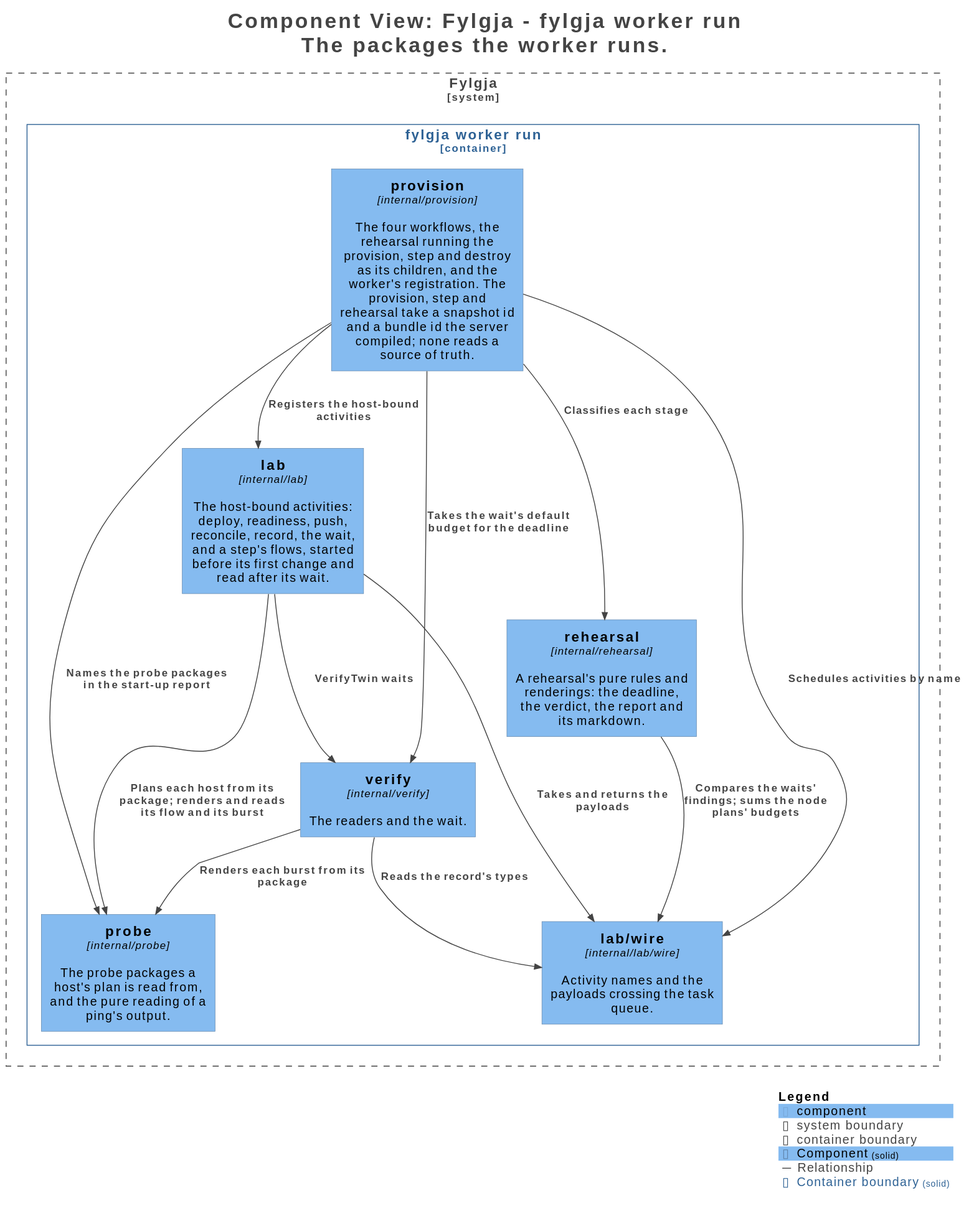
Earlier version of the PlantUML export docs/c4/structurizr-WorkerComponents.svg (happypathnetworking/fylgja).
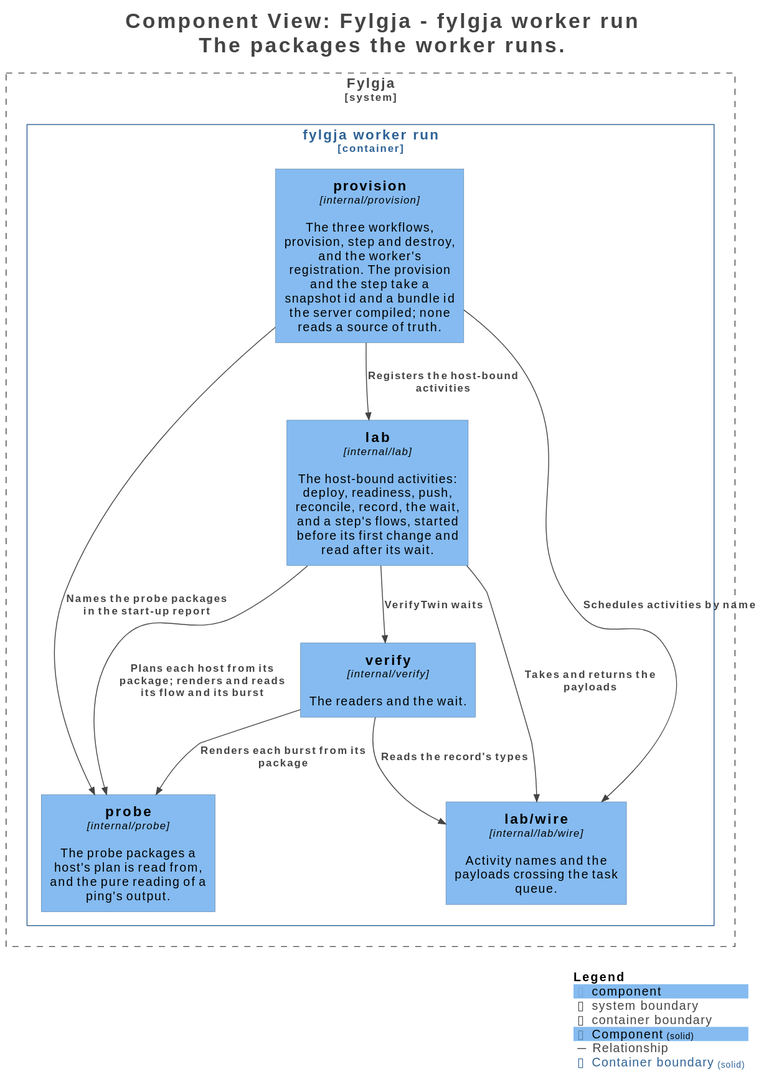
Later version of the same file.

Change to the diagram source:
```diff
@@ -23,27 +23,23 @@
 
 System_Boundary("Fylgja_boundary", "Fylgja", $tags="Software System") {
   Container_Boundary("Fylgja.fylgjaworkerrun_boundary", "fylgja worker run", $tags="Container") {
-    Component(Fylgja.fylgjaworkerrun.provision, "provision", $techn="internal/provision", $descr="The four workflows, the rehearsal running the provision, step and destroy as its children, and the worker's registration. The provision, step and rehearsal take a snapshot id and a bundle id the server compiled; none reads a source of truth.", $tags="Component", $link="")
+    Component(Fylgja.fylgjaworkerrun.provision, "provision", $techn="internal/provision", $descr="The three workflows, provision, step and destroy, and the worker's registration. The provision and the step take a snapshot id and a bundle id the server compiled; none reads a source of truth.", $tags="Component", $link="")
     Component(Fylgja.fylgjaworkerrun.lab, "lab", $techn="internal/lab", $descr="The host-bound activities: deploy, readiness, push, reconcile, record, the wait, and a step's flows, started before its first change and read after its wait.", $tags="Component", $link="")
     Component(Fylgja.fylgjaworkerrun.verify, "verify", $techn="internal/verify", $descr="The readers and the wait.", $tags="Component", $link="")
     Component(Fylgja.fylgjaworkerrun.labwire, "lab/wire", $techn="internal/lab/wire", $descr="Activity names and the payloads crossing the task queue.", $tags="Component", $link="")
     Component(Fylgja.fylgjaworkerrun.probe, "probe", $techn="internal/probe", $descr="The probe packages a host's plan is read from, and the pure reading of a ping's output.", $tags="Component", $link="")
-    Component(Fylgja.fylgjaworkerrun.rehearsal, "rehearsal", $techn="internal/rehearsal", $descr="A rehearsal's pure rules and renderings: the deadline, the verdict, the report and its markdown.", $tags="Component", $link="")
   }
 
 }
 
 Rel(Fylgja.fylgjaworkerrun.provision, Fylgja.fylgjaworkerrun.labwire, "Schedules activities by name", $techn="", $tags="Relationship", $link="")
 Rel(Fylgja.fylgjaworkerrun.provision, Fylgja.fylgjaworkerrun.lab, "Registers the host-bound activities", $techn="", $tags="Relationship", $link="")
-Rel(Fylgja.fylgjaworkerrun.provision, Fylgja.fylgjaworkerrun.rehearsal, "Classifies each stage", $techn="", $tags="Relationship", $link="")
-Rel(Fylgja.fylgjaworkerrun.provision, Fylgja.fylgjaworkerrun.verify, "Takes the wait's default budget for the deadline", $techn="", $tags="Relationship", $link="")
 Rel(Fylgja.fylgjaworkerrun.lab, Fylgja.fylgjaworkerrun.labwire, "Takes and returns the payloads", $techn="", $tags="Relationship", $link="")
 Rel(Fylgja.fylgjaworkerrun.lab, Fylgja.fylgjaworkerrun.verify, "VerifyTwin waits", $techn="", $tags="Relationship", $link="")
 Rel(Fylgja.fylgjaworkerrun.verify, Fylgja.fylgjaworkerrun.labwire, "Reads the record's types", $techn="", $tags="Relationship", $link="")
 Rel(Fylgja.fylgjaworkerrun.verify, Fylgja.fylgjaworkerrun.probe, "Renders each burst from its package", $techn="", $tags="Relationship", $link="")
 Rel(Fylgja.fylgjaworkerrun.lab, Fylgja.fylgjaworkerrun.probe, "Plans each host from its package; renders and reads its flow and its burst", $techn="", $tags="Relationship", $link="")
 Rel(Fylgja.fylgjaworkerrun.provision, Fylgja.fylgjaworkerrun.probe, "Names the probe packages in the start-up report", $techn="", $tags="Relationship", $link="")
-Rel(Fylgja.fylgjaworkerrun.rehearsal, Fylgja.fylgjaworkerrun.labwire, "Compares the waits' findings; sums the node plans' budgets", $techn="", $tags="Relationship", $link="")
 
 SHOW_LEGEND(true)
 hide stereotypes
```
